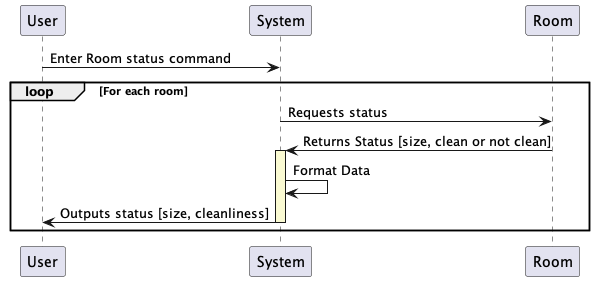
Above: docs/design/sequence_diagrams/images/room_status.png in arisk02/robot-fleet-management-system (PlantUML), before the change.
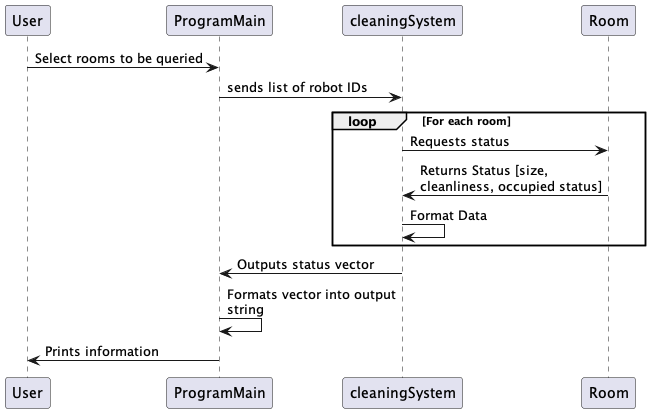
The same diagram one commit later.

The edit, as a diff of the source:
```diff
@@ -1,13 +1,14 @@
 @startuml
 
-User ->  System: Enter Room status command
+User ->  ProgramMain: Select rooms to be queried
+ProgramMain -> cleaningSystem : sends list of robot IDs
 loop For each room
-System -> Room: Requests status
-Room -> System: Returns Status [size, clean or not clean]
-activate System #LightGoldenRodYellow
-System -> System : Format Data
-System -> User: Outputs status [size, cleanliness]
-deactivate
+cleaningSystem -> Room: Requests status
+Room -> cleaningSystem: Returns Status [size,\ncleanliness, occupied status]
+cleaningSystem -> cleaningSystem : Format Data
 end
+cleaningSystem -> ProgramMain : Outputs status vector
+ProgramMain -> ProgramMain : Formats vector into output\nstring
+ProgramMain -> User : Prints information
 
 @enduml
```
